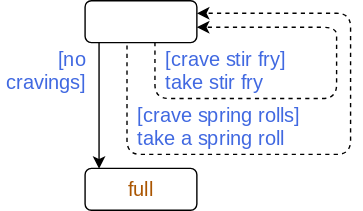
emilsekerinski/ictac2024tutorial keeps this draw.io diagram as content/01 On Algorithms/img/Buffet.svg. Above is the earlier version. Source tidied: cells renumbered, new cells last; positions are measured from the earlier drawing's top-left corner, leaving out a move shared by most shapes.
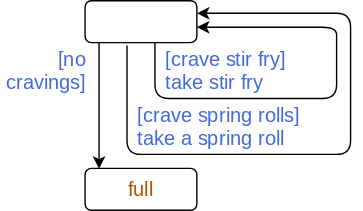
After the change.

Change to the diagram source:
```diff
@@ -19,7 +19,7 @@
     <mxCell id="6" value="&lt;div&gt;&lt;font color=&quot;#4169e1&quot;&gt;[crave stir fry]&lt;br&gt;take stir fry&lt;/font&gt;&lt;/div&gt;" style="text;html=1;strokeColor=none;fillColor=none;align=left;verticalAlign=middle;whiteSpace=wrap;fontSize=14;fontColor=#d2691e;fontFamily=Noto Sans;spacingLeft=6;" parent="1" vertex="1">
       <mxGeometry x="110" y="30.5" width="100" height="39.5" as="geometry" />
     </mxCell>
-    <mxCell id="7" style="endArrow=classic;html=1;shadow=0;strokeColor=#000000;fontFamily=Noto Sans;fontSize=12;fontColor=#000000;exitX=0.625;exitY=0.989;exitDx=0;exitDy=0;dashed=1;exitPerimeter=0;" parent="1" edge="1" source="2">
+    <mxCell id="7" style="endArrow=classic;html=1;shadow=0;strokeColor=#000000;fontFamily=Noto Sans;fontSize=12;fontColor=#000000;exitX=0.625;exitY=0.989;exitDx=0;exitDy=0;exitPerimeter=0;" parent="1" edge="1" source="2">
       <mxGeometry relative="1" as="geometry">
         <mxPoint x="140" y="19" as="targetPoint" />
         <Array as="points">
@@ -30,7 +30,7 @@
         </Array>
       </mxGeometry>
     </mxCell>
-    <mxCell id="8" style="endArrow=classic;html=1;shadow=0;strokeColor=#000000;fontFamily=Noto Sans;fontSize=12;fontColor=#000000;dashed=1;" parent="1" edge="1">
+    <mxCell id="8" style="endArrow=classic;html=1;shadow=0;strokeColor=#000000;fontFamily=Noto Sans;fontSize=12;fontColor=#000000;" parent="1" edge="1">
       <mxGeometry relative="1" as="geometry">
         <mxPoint x="90" y="32" as="sourcePoint" />
         <mxPoint x="140" y="9" as="targetPoint" />
```
